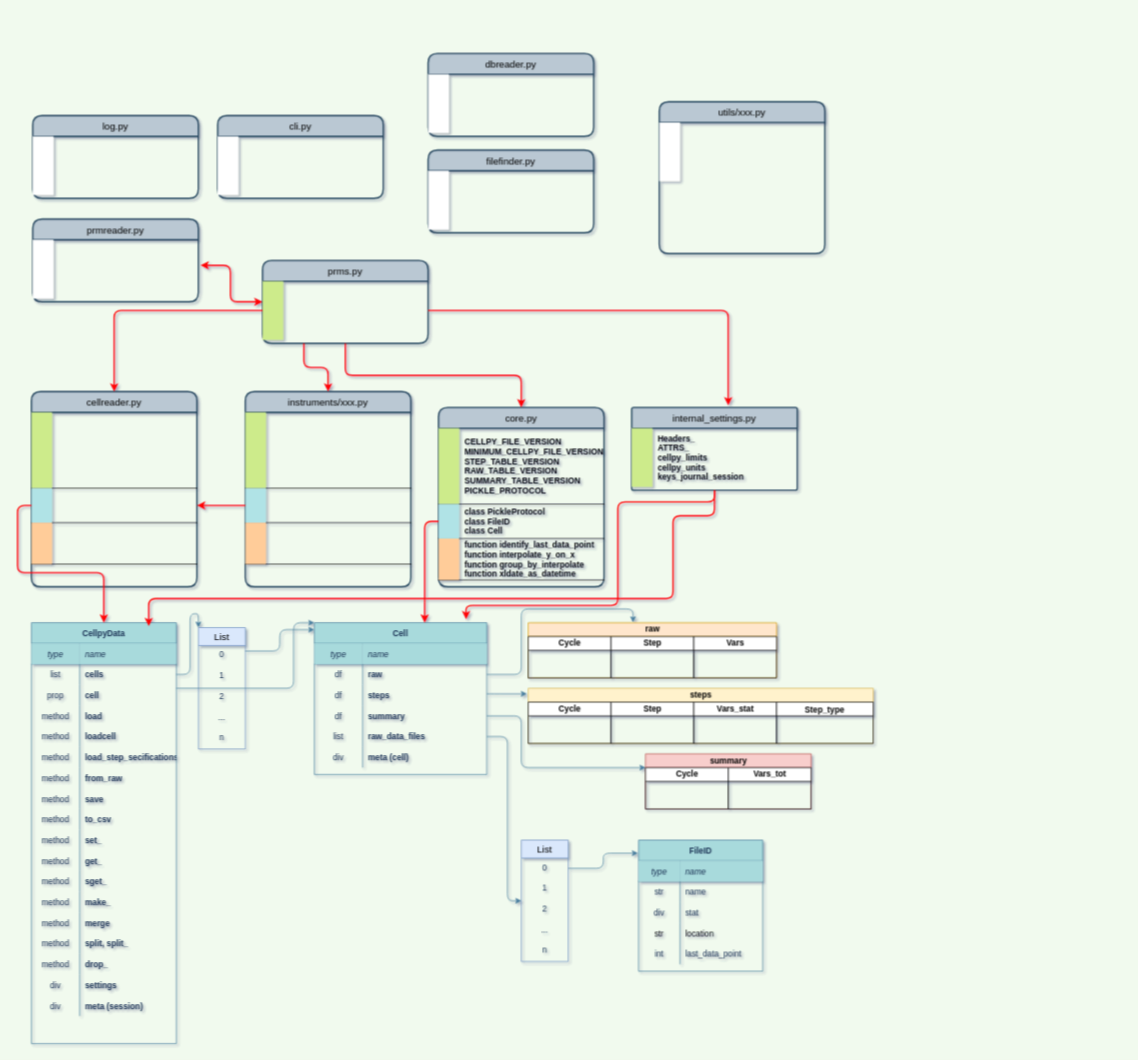
The draw.io diagram cellpy_utils/cellpy-cellpydata-structure.drawio in jepegit/cellpy_utilities, before the edit. Source tidied: cells renumbered, new cells numbered last; positions are measured from the earlier drawing's top-left corner, leaving out a move shared by most shapes. Both pictures are drawn from the tidied source at 69%, with x=0, y=0 at pixel (31, 53).
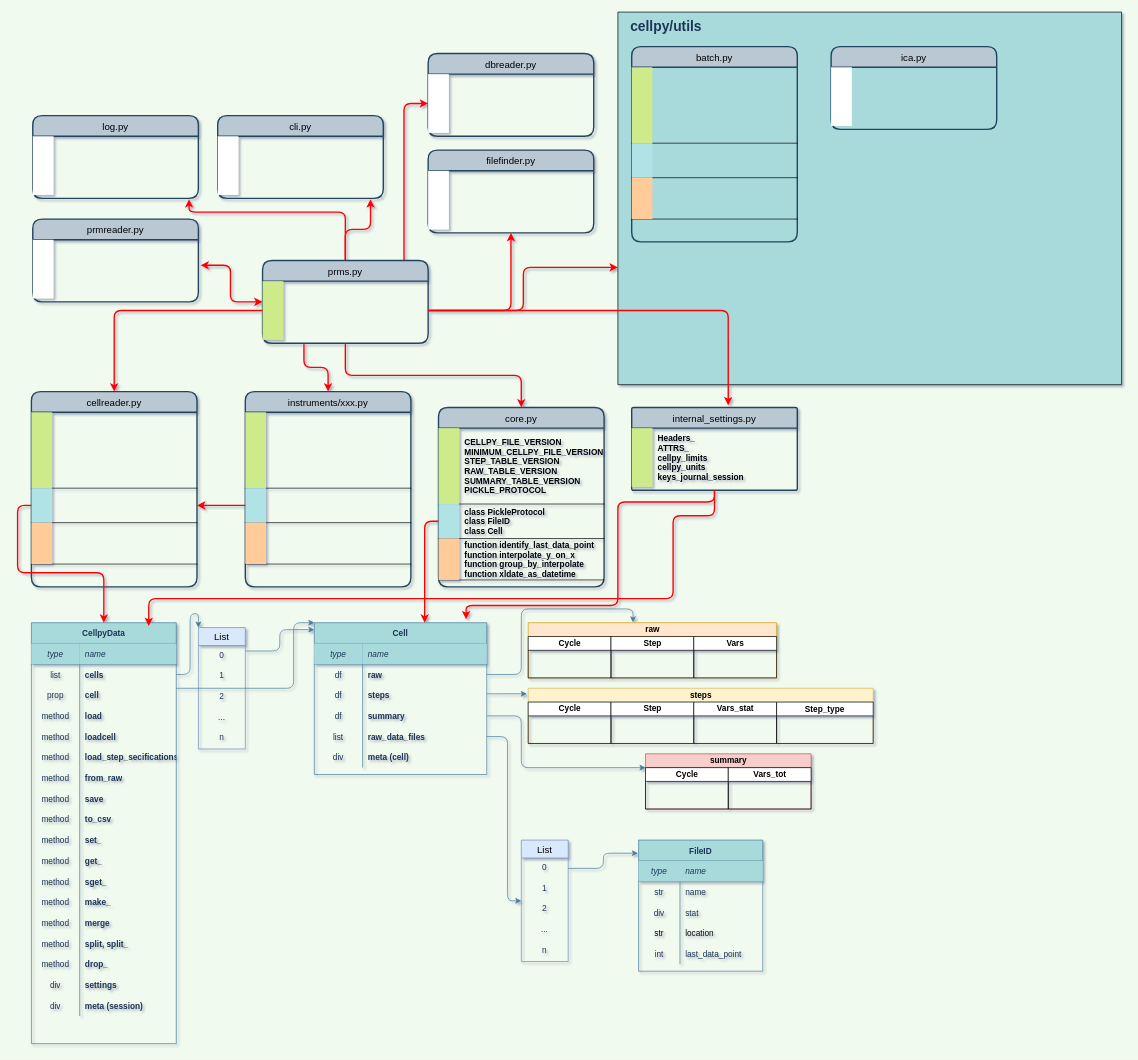
The same diagram, later.

Unchanged cells that the change refers to:
```xml
<mxCell id="156" value="prms.py" style="swimlane;horizontal=1;startSize=30;rounded=1;fontSize=14;fontStyle=0;strokeWidth=2;shadow=0;dashed=0;align=center;sketch=0;fillColor=#bac8d3;strokeColor=#23445d;" parent="1" vertex="1">
  <mxGeometry x="335" y="300" width="240" height="120" as="geometry" />
</mxCell>
<mxCell id="158" style="shape=partialRectangle;fillColor=none;top=0;left=0;bottom=0;right=0;points=[[0,0.5],[1,0.5]];portConstraint=eastwest;" parent="157" vertex="1">
  <mxGeometry width="240" height="85" as="geometry" />
</mxCell>
<mxCell id="185" style="shape=partialRectangle;fillColor=none;top=0;left=0;bottom=0;right=0;points=[[0,0.5],[1,0.5]];portConstraint=eastwest;" parent="184" vertex="1">
  <mxGeometry width="240" height="85" as="geometry" />
</mxCell>
<mxCell id="189" style="shape=table;startSize=0;childLayout=tableLayout;rowLines=0;fontStyle=0;align=center;strokeColor=none;fillColor=none;rounded=0;sketch=0;fontColor=#1D3557;" parent="188" vertex="1">
  <mxGeometry y="30" width="240" height="90" as="geometry" />
</mxCell>
<mxCell id="200" style="shape=partialRectangle;fillColor=none;top=0;left=0;bottom=0;right=0;points=[[0,0.5],[1,0.5]];portConstraint=eastwest;" parent="199" vertex="1">
  <mxGeometry width="240" height="85" as="geometry" />
</mxCell>
<mxCell id="204" style="shape=table;startSize=0;childLayout=tableLayout;rowLines=0;fontStyle=0;align=center;strokeColor=none;fillColor=none;rounded=0;sketch=0;fontColor=#1D3557;" parent="203" vertex="1">
  <mxGeometry y="30" width="240" height="90" as="geometry" />
</mxCell>
```

What changed in the source:
```diff
@@
+    <mxCell id="208" style="verticalLabelPosition=bottom;verticalAlign=top;html=1;shape=mxgraph.basic.rect;fillColor2=none;strokeWidth=1;size=20;indent=5;rounded=0;sketch=0;fillColor=#A8DADC;fontColor=#1D3557;" parent="1" vertex="1">
+      <mxGeometry x="850" y="-60" width="730" height="540" as="geometry" />
+    </mxCell>
@@
+    <mxCell id="209" style="edgeStyle=orthogonalEdgeStyle;curved=0;rounded=1;sketch=0;jettySize=auto;html=1;exitX=0.5;exitY=0;exitDx=0;exitDy=0;entryX=0.944;entryY=1.072;entryDx=0;entryDy=0;entryPerimeter=0;startArrow=none;startFill=0;strokeColor=#FF0000;strokeWidth=2;fillColor=#A8DADC;fontSize=20;fontColor=#1D3557;endArrow=classic;endFill=1;" parent="1" edge="1" source="156" target="185">
+      <mxGeometry relative="1" as="geometry">
+        <Array as="points">
+          <mxPoint x="455" y="230" />
+          <mxPoint x="229" y="230" />
+        </Array>
+      </mxGeometry>
+    </mxCell>
+    <mxCell id="210" style="edgeStyle=orthogonalEdgeStyle;curved=0;rounded=1;sketch=0;jettySize=auto;html=1;entryX=0.923;entryY=1.013;entryDx=0;entryDy=0;entryPerimeter=0;startArrow=none;startFill=0;strokeColor=#FF0000;strokeWidth=2;fillColor=#A8DADC;fontSize=20;fontColor=#1D3557;endArrow=classic;endFill=1;" parent="1" edge="1" source="156" target="189">
+      <mxGeometry relative="1" as="geometry" />
+    </mxCell>
+    <mxCell id="211" style="edgeStyle=orthogonalEdgeStyle;curved=0;rounded=1;sketch=0;jettySize=auto;html=1;entryX=0;entryY=0.5;entryDx=0;entryDy=0;startArrow=none;startFill=0;endArrow=classic;endFill=1;strokeColor=#FF0000;strokeWidth=2;fillColor=#A8DADC;fontSize=20;fontColor=#1D3557;" parent="1" edge="1" source="156" target="200">
+      <mxGeometry relative="1" as="geometry">
+        <Array as="points">
+          <mxPoint x="540" y="72" />
+        </Array>
+      </mxGeometry>
+    </mxCell>
@@
-    <mxCell id="193" value="utils/xxx.py" style="swimlane;horizontal=1;startSize=30;rounded=1;fontSize=14;fontStyle=0;strokeWidth=2;shadow=0;dashed=0;align=center;sketch=0;fillColor=#bac8d3;strokeColor=#23445d;" parent="1" vertex="1">
-      <mxGeometry x="910" y="70" width="240" height="220" as="geometry" />
-    </mxCell>
-    <mxCell id="194" style="shape=table;startSize=0;childLayout=tableLayout;rowLines=0;fontStyle=0;align=center;strokeColor=none;fillColor=none;rounded=0;sketch=0;fontColor=#1D3557;" parent="193" vertex="1">
-      <mxGeometry y="30" width="240" height="190" as="geometry" />
-    </mxCell>
-    <mxCell id="195" style="shape=partialRectangle;fillColor=none;top=0;left=0;bottom=0;right=0;" parent="194" vertex="1">
-      <mxGeometry width="240" height="85" as="geometry" />
-    </mxCell>
-    <mxCell id="196" style="shape=partialRectangle;top=0;left=0;bottom=0;right=0;fontStyle=0;overflow=hidden;" parent="195" vertex="1">
-      <mxGeometry width="30" height="85" as="geometry" />
-    </mxCell>
-    <mxCell id="197" style="shape=partialRectangle;fillColor=none;top=0;left=0;bottom=0;right=0;align=left;spacingLeft=6;fontStyle=1;overflow=hidden;" parent="195" vertex="1">
-      <mxGeometry x="30" width="210" height="85" as="geometry" />
-    </mxCell>
@@
+    <mxCell id="212" style="edgeStyle=orthogonalEdgeStyle;curved=0;rounded=1;sketch=0;jettySize=auto;html=1;entryX=0.5;entryY=1;entryDx=0;entryDy=0;startArrow=none;startFill=0;strokeColor=#FF0000;strokeWidth=2;fillColor=#A8DADC;fontColor=#1D3557;" parent="1" edge="1" source="158" target="204">
+      <mxGeometry relative="1" as="geometry" />
+    </mxCell>
+    <mxCell id="213" value="cellpy/utils" style="text;html=1;strokeColor=none;fillColor=none;align=center;verticalAlign=middle;whiteSpace=wrap;rounded=0;sketch=0;fontColor=#1D3557;fontSize=20;fontStyle=1;" parent="1" vertex="1">
+      <mxGeometry x="900" y="-50" width="40" height="20" as="geometry" />
+    </mxCell>
+    <mxCell id="214" value="batch.py" style="swimlane;horizontal=1;startSize=30;rounded=1;fontSize=14;fontStyle=0;strokeWidth=2;shadow=0;dashed=0;align=center;sketch=0;fillColor=#bac8d3;strokeColor=#23445d;" parent="1" vertex="1">
+      <mxGeometry x="870" y="-10" width="240" height="283" as="geometry" />
+    </mxCell>
+    <mxCell id="215" style="shape=table;startSize=0;childLayout=tableLayout;rowLines=0;fontStyle=0;align=center;strokeColor=none;fillColor=none;rounded=0;sketch=0;fontColor=#1D3557;" parent="214" vertex="1">
+      <mxGeometry y="30" width="240" height="253" as="geometry" />
+    </mxCell>
+    <mxCell id="216" style="shape=partialRectangle;fillColor=none;top=0;left=0;bottom=1;right=0;" parent="215" vertex="1">
+      <mxGeometry width="240" height="110" as="geometry" />
+    </mxCell>
+    <mxCell id="217" style="shape=partialRectangle;fillColor=#cdeb8b;top=0;left=0;bottom=0;right=0;fontStyle=1;overflow=hidden;strokeColor=#36393d;" parent="216" vertex="1">
+      <mxGeometry width="30" height="110" as="geometry" />
+    </mxCell>
+    <mxCell id="218" style="shape=partialRectangle;fillColor=none;top=0;left=0;bottom=0;right=0;align=left;spacingLeft=6;fontStyle=1;overflow=hidden;" parent="216" vertex="1">
+      <mxGeometry x="30" width="210" height="110" as="geometry" />
+    </mxCell>
+    <mxCell id="219" style="shape=partialRectangle;fillColor=none;top=0;left=0;bottom=1;right=0;" parent="215" vertex="1">
+      <mxGeometry y="110" width="240" height="50" as="geometry" />
+    </mxCell>
+    <mxCell id="220" style="shape=partialRectangle;fillColor=#b0e3e6;top=0;left=0;bottom=0;right=0;fontStyle=1;overflow=hidden;strokeColor=#0e8088;" parent="219" vertex="1">
+      <mxGeometry width="30" height="50" as="geometry" />
+    </mxCell>
+    <mxCell id="221" style="shape=partialRectangle;fillColor=none;top=0;left=0;bottom=0;right=0;align=left;spacingLeft=6;fontStyle=1;overflow=hidden;" parent="219" vertex="1">
+      <mxGeometry x="30" width="210" height="50" as="geometry" />
+    </mxCell>
+    <mxCell id="222" style="shape=partialRectangle;fillColor=none;top=0;left=0;bottom=1;right=0;" parent="215" vertex="1">
+      <mxGeometry y="160" width="240" height="60" as="geometry" />
+    </mxCell>
+    <mxCell id="223" style="shape=partialRectangle;fillColor=#ffcc99;top=0;left=0;bottom=0;right=0;fontStyle=1;overflow=hidden;strokeColor=#36393d;" parent="222" vertex="1">
+      <mxGeometry width="30" height="60" as="geometry" />
+    </mxCell>
+    <mxCell id="224" style="shape=partialRectangle;fillColor=none;top=0;left=0;bottom=0;right=0;align=left;spacingLeft=6;fontStyle=1;overflow=hidden;" parent="222" vertex="1">
+      <mxGeometry x="30" width="210" height="60" as="geometry" />
+    </mxCell>
+    <mxCell id="225" value="ica.py" style="swimlane;horizontal=1;startSize=30;rounded=1;fontSize=14;fontStyle=0;strokeWidth=2;shadow=0;dashed=0;align=center;sketch=0;fillColor=#bac8d3;strokeColor=#23445d;" parent="1" vertex="1">
+      <mxGeometry x="1159" y="-10" width="240" height="120" as="geometry" />
+    </mxCell>
+    <mxCell id="226" style="shape=table;startSize=0;childLayout=tableLayout;rowLines=0;fontStyle=0;align=center;strokeColor=none;fillColor=none;rounded=0;sketch=0;fontColor=#1D3557;" parent="225" vertex="1">
+      <mxGeometry y="30" width="240" height="90" as="geometry" />
+    </mxCell>
+    <mxCell id="195" style="shape=partialRectangle;fillColor=none;top=0;left=0;bottom=0;right=0;" parent="226" vertex="1">
+      <mxGeometry width="240" height="85" as="geometry" />
+    </mxCell>
+    <mxCell id="196" style="shape=partialRectangle;top=0;left=0;bottom=0;right=0;fontStyle=0;overflow=hidden;" parent="195" vertex="1">
+      <mxGeometry width="30" height="85" as="geometry" />
+    </mxCell>
+    <mxCell id="197" style="shape=partialRectangle;fillColor=none;top=0;left=0;bottom=0;right=0;align=left;spacingLeft=6;fontStyle=1;overflow=hidden;" parent="195" vertex="1">
+      <mxGeometry x="30" width="210" height="85" as="geometry" />
+    </mxCell>
+    <mxCell id="227" style="edgeStyle=orthogonalEdgeStyle;curved=0;rounded=1;sketch=0;jettySize=auto;html=1;startArrow=none;startFill=0;endArrow=classic;endFill=1;strokeColor=#FF0000;strokeWidth=2;fillColor=#A8DADC;fontSize=20;fontColor=#1D3557;" parent="1" edge="1" source="158" target="208">
+      <mxGeometry relative="1" as="geometry">
+        <Array as="points">
+          <mxPoint x="713" y="372" />
+          <mxPoint x="713" y="310" />
+        </Array>
+      </mxGeometry>
+    </mxCell>
```
